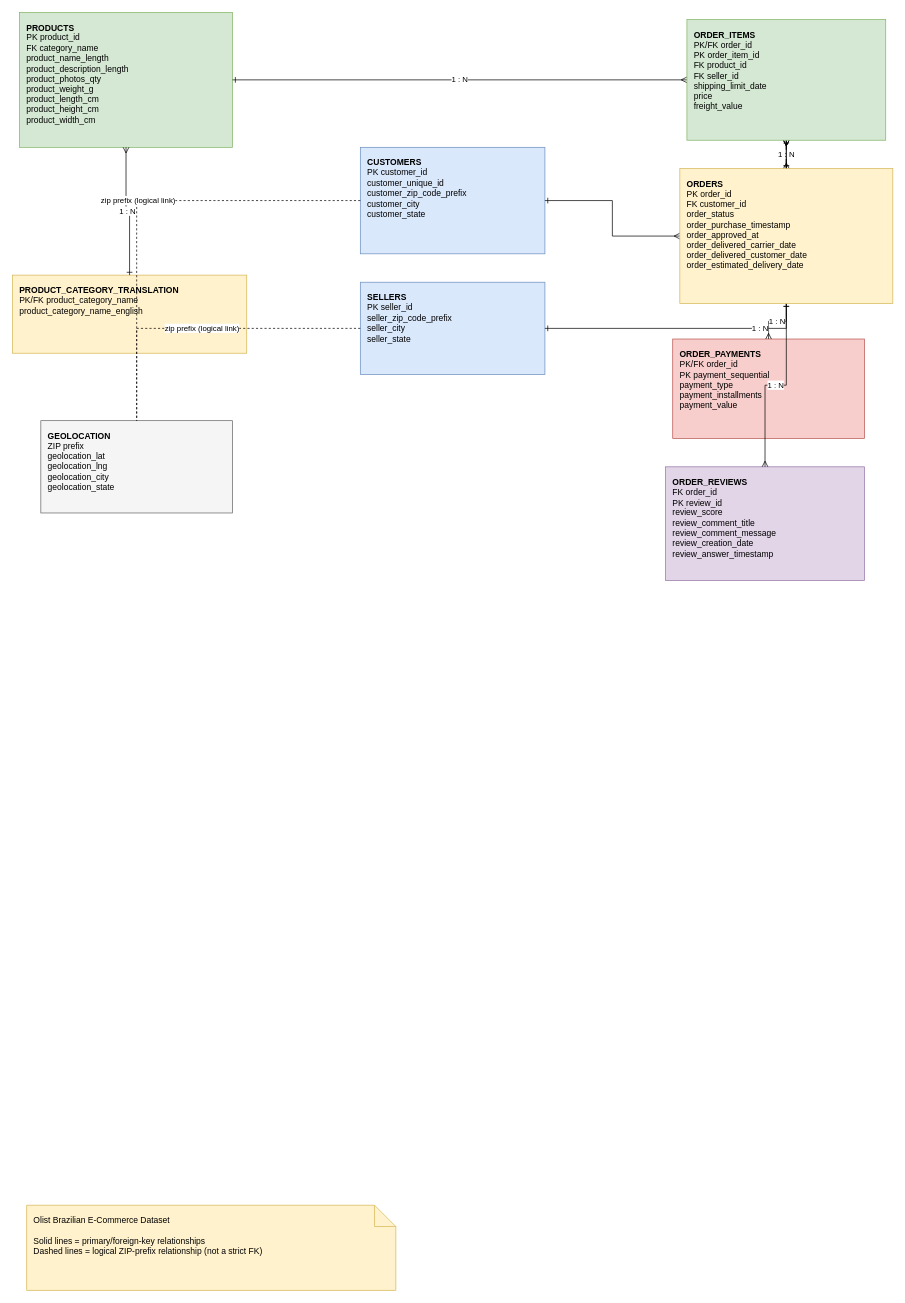
The draw.io diagram olist_er_diagram.drawio in naga-krapa/Olist-Project, before the edit. Source tidied: cells renumbered, new cells numbered last; positions are measured from the earlier drawing's top-left corner, leaving out a move shared by most shapes. Both pictures are drawn from the tidied source at 71%, with x=0, y=0 at pixel (12, 12).
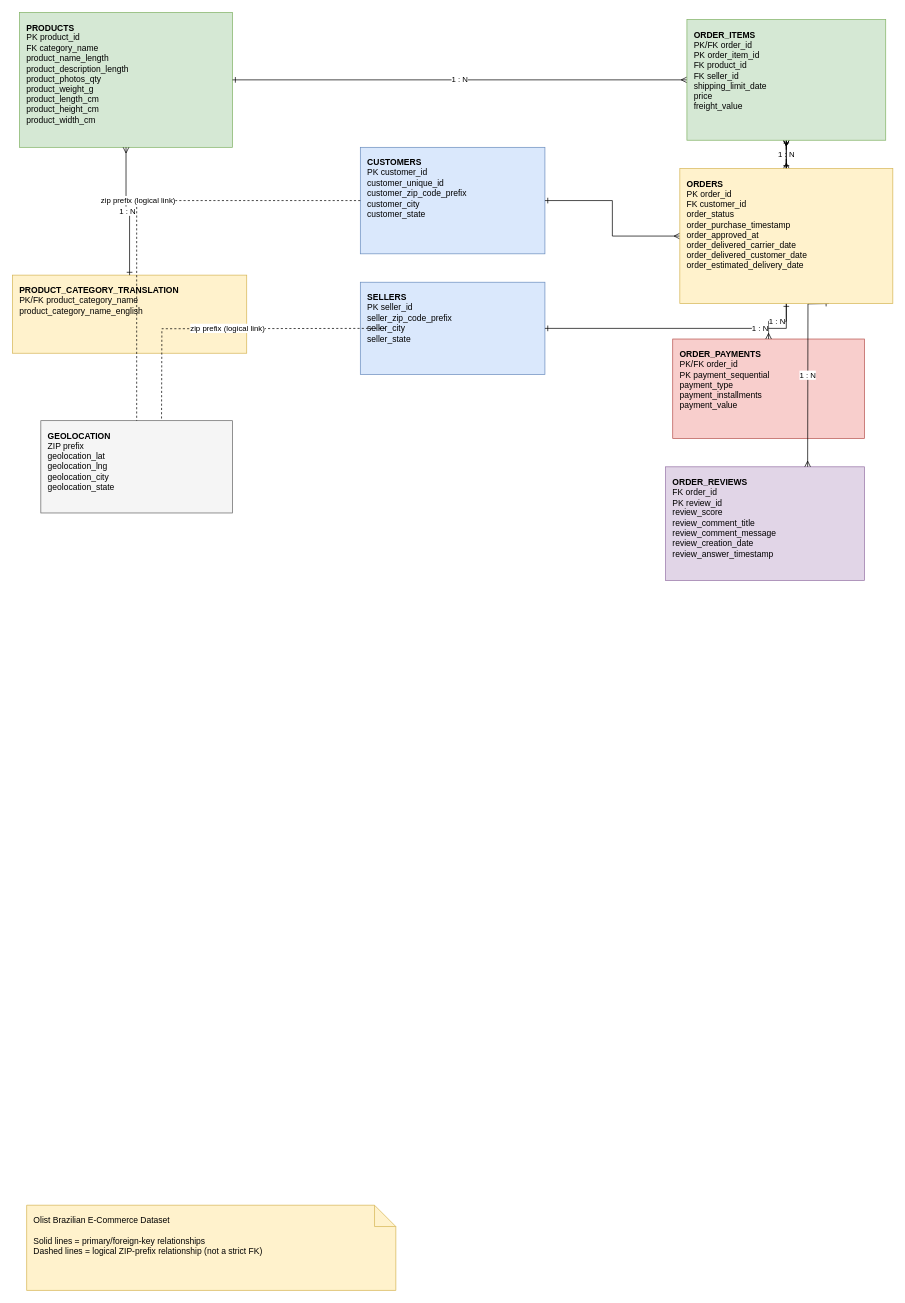
The same diagram, later.

Commit message (it also covers changes not shown here):
multiple analysis on olist

The change refers to these unchanged cells:
```xml
<mxCell id="4" value="&lt;b&gt;ORDER_REVIEWS&lt;/b&gt;&lt;br&gt;FK order_id&lt;br&gt;PK review_id&lt;br&gt;review_score&lt;br&gt;review_comment_title&lt;br&gt;review_comment_message&lt;br&gt;review_creation_date&lt;br&gt;review_answer_timestamp" style="rounded=0;whiteSpace=wrap;html=1;fillColor=#e1d5e7;strokeColor=#9673a6;fontSize=12;align=left;spacingLeft=8;verticalAlign=top;spacingTop=8;" parent="1" vertex="1">
  <mxGeometry x="920" y="640" width="280" height="160" as="geometry" />
</mxCell>
<mxCell id="6" value="&lt;b&gt;SELLERS&lt;/b&gt;&lt;br&gt;PK seller_id&lt;br&gt;seller_zip_code_prefix&lt;br&gt;seller_city&lt;br&gt;seller_state" style="rounded=0;whiteSpace=wrap;html=1;fillColor=#dae8fc;strokeColor=#6c8ebf;fontSize=12;align=left;spacingLeft=8;verticalAlign=top;spacingTop=8;" parent="1" vertex="1">
  <mxGeometry x="490" y="380" width="260" height="130" as="geometry" />
</mxCell>
<mxCell id="8" value="&lt;b&gt;GEOLOCATION&lt;/b&gt;&lt;br&gt;ZIP prefix&lt;br&gt;geolocation_lat&lt;br&gt;geolocation_lng&lt;br&gt;geolocation_city&lt;br&gt;geolocation_state" style="rounded=0;whiteSpace=wrap;html=1;fillColor=#f5f5f5;strokeColor=#666666;fontSize=12;align=left;spacingLeft=8;verticalAlign=top;spacingTop=8;" parent="1" vertex="1">
  <mxGeometry x="40" y="575" width="270" height="130" as="geometry" />
</mxCell>
<mxCell id="22" value="&lt;b&gt;ORDERS&lt;/b&gt;&lt;br&gt;PK order_id&lt;br&gt;FK customer_id&lt;br&gt;order_status&lt;br&gt;order_purchase_timestamp&lt;br&gt;order_approved_at&lt;br&gt;order_delivered_carrier_date&lt;br&gt;order_delivered_customer_date&lt;br&gt;order_estimated_delivery_date" style="rounded=0;whiteSpace=wrap;html=1;fillColor=#fff2cc;strokeColor=#d6b656;fontSize=12;align=left;spacingLeft=8;verticalAlign=top;spacingTop=8;" parent="1" vertex="1">
  <mxGeometry x="940" y="220" width="300" height="190" as="geometry" />
</mxCell>
```

The edit, as a diff of the source:
```diff
@@
-    <mxCell id="12" value="1 : N" style="edgeStyle=orthogonalEdgeStyle;rounded=0;jettySize=auto;html=1;endArrow=ERmany;startArrow=ERone;" parent="1" edge="1" source="22" target="4">
-      <mxGeometry relative="1" as="geometry" />
+    <mxCell id="12" value="1 : N" style="edgeStyle=orthogonalEdgeStyle;rounded=0;orthogonalLoop=1;jettySize=auto;html=1;endArrow=ERmany;startArrow=ERone;" parent="1" edge="1">
+      <mxGeometry relative="1" as="geometry">
+        <mxPoint x="1150" y="410" as="sourcePoint" />
+        <mxPoint x="1120" y="640" as="targetPoint" />
+      </mxGeometry>
     </mxCell>
@@
-    <mxCell id="17" value="zip prefix (logical link)" style="edgeStyle=orthogonalEdgeStyle;dashed=1;rounded=0;jettySize=auto;html=1;endArrow=none;" parent="1" edge="1" source="6" target="8">
-      <mxGeometry relative="1" as="geometry" />
+    <mxCell id="17" value="zip prefix (logical link)" style="edgeStyle=orthogonalEdgeStyle;dashed=1;rounded=0;orthogonalLoop=1;jettySize=auto;html=1;endArrow=none;" parent="1" edge="1">
+      <mxGeometry relative="1" as="geometry">
+        <mxPoint x="525" y="445" as="sourcePoint" />
+        <mxPoint x="210" y="575" as="targetPoint" />
+      </mxGeometry>
     </mxCell>
```
